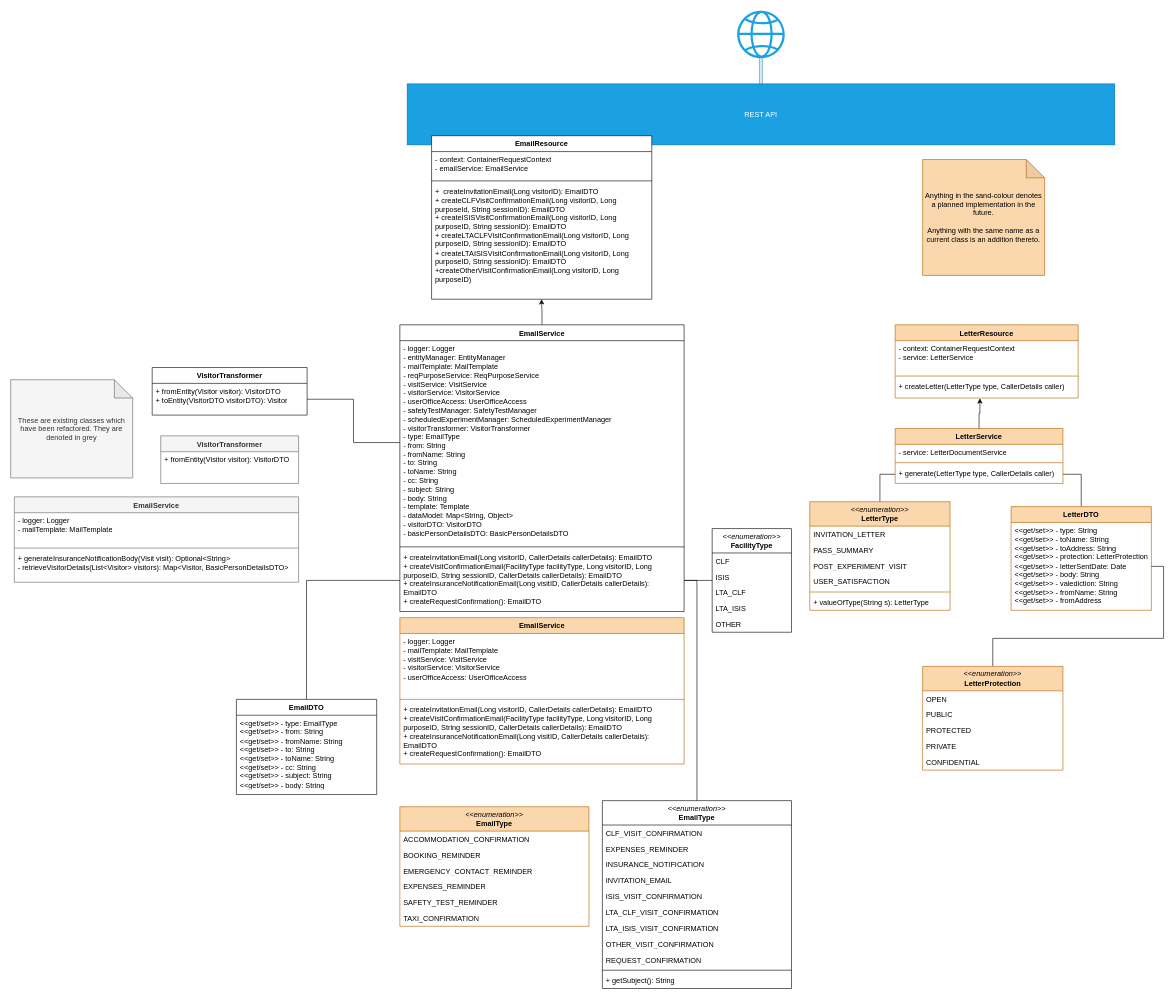
Above: Document generation class diagram.drawio in ambolt314/FinalProjectDesign (draw.io), before the change. Source tidied: cells renumbered, new cells numbered last; positions are measured from the earlier drawing's top-left corner, leaving out a move shared by most shapes. Both pictures are drawn from the tidied source at 61%, with x=0, y=0 at pixel (10, 10).
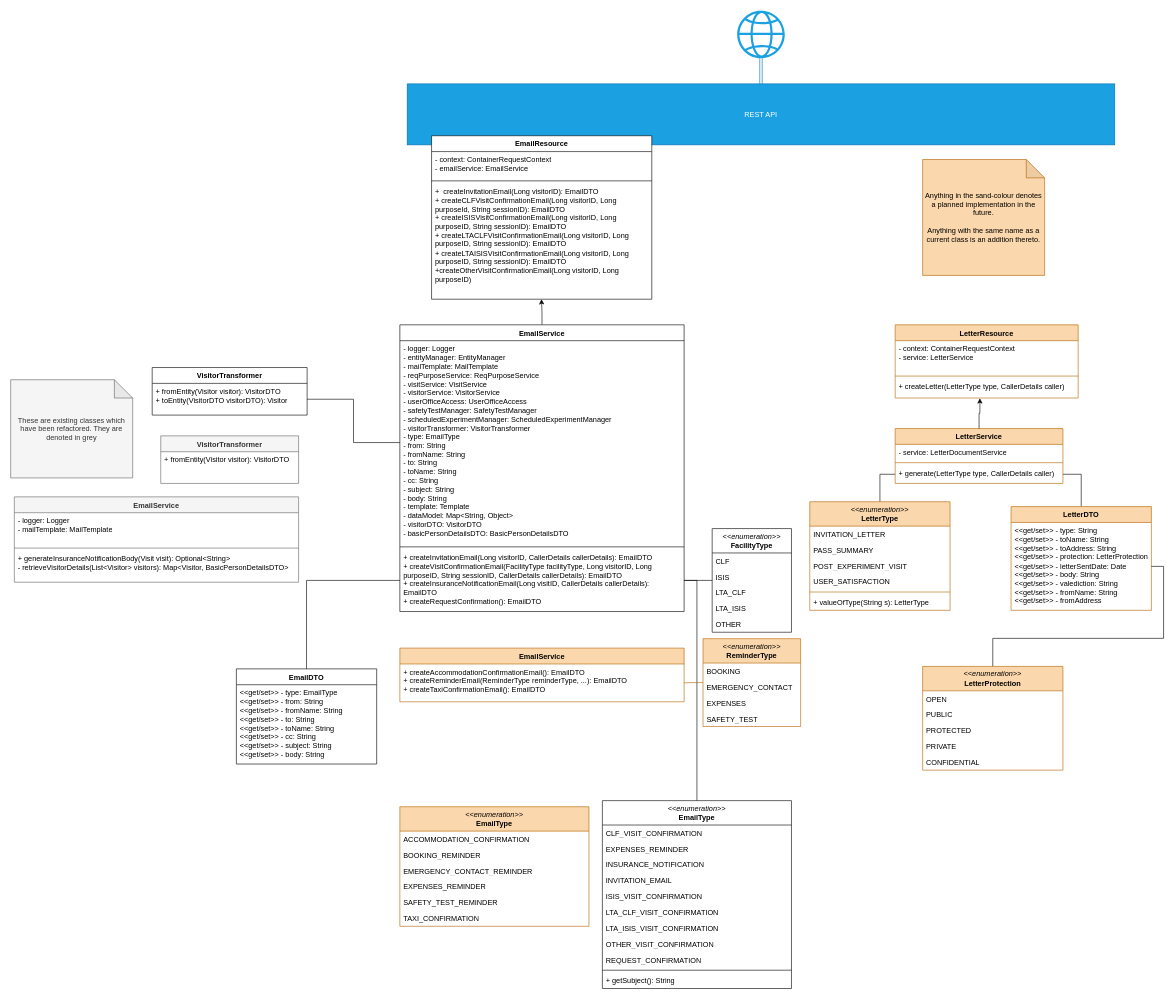
The same page after the edit.

Change to the diagram source:
```diff
@@
     <mxCell id="7" value="EmailDTO" style="swimlane;fontStyle=1;align=center;verticalAlign=top;horizontal=1;startSize=26;whiteSpace=wrap;html=1;" parent="1" vertex="1">
-      <mxGeometry x="370" y="1129" width="230" height="156" as="geometry" />
+      <mxGeometry x="370" y="1079" width="230" height="156" as="geometry" />
     </mxCell>
@@
     <mxCell id="77" value="EmailService" style="swimlane;fontStyle=1;align=center;verticalAlign=top;horizontal=1;startSize=26;whiteSpace=wrap;html=1;fillColor=#fad7ac;strokeColor=#b46504;" parent="1" vertex="1">
-      <mxGeometry x="638" y="995" width="466" height="240" as="geometry" />
+      <mxGeometry x="638" y="1045" width="466" height="88" as="geometry" />
     </mxCell>
-    <mxCell id="78" value="&lt;div&gt;- logger: Logger&lt;/div&gt;&lt;div&gt;- mailTemplate: MailTemplate&lt;br&gt;&lt;/div&gt;&lt;div&gt;- visitService: VisitService&lt;/div&gt;&lt;div&gt;- visitorService: VisitorService&lt;br&gt;&lt;/div&gt;&lt;div&gt;- userOfficeAccess: UserOfficeAccess&lt;br&gt;&lt;/div&gt;" style="text;strokeColor=none;fillColor=none;align=left;verticalAlign=top;spacingLeft=4;spacingRight=4;overflow=hidden;whiteSpace=wrap;html=1;" parent="77" vertex="1">
-      <mxGeometry y="26" width="466" height="104" as="geometry" />
-    </mxCell>
-    <mxCell id="79" style="line;strokeWidth=1;fillColor=none;align=left;verticalAlign=middle;spacingTop=-1;spacingLeft=3;spacingRight=3;labelPosition=right;strokeColor=inherit;" parent="77" vertex="1">
-      <mxGeometry y="130" width="466" height="8" as="geometry" />
-    </mxCell>
-    <mxCell id="80" value="&lt;div&gt;+ createInvitationEmail(Long visitorID, CallerDetails callerDetails): EmailDTO&lt;/div&gt;&lt;div&gt;+ createVisitConfirmationEmail(FacilityType facilityType, Long visitorID, Long purposeID, String sessionID, CallerDetails callerDetails): EmailDTO&lt;/div&gt;&lt;div&gt;+ createInsuranceNotificationEmail(Long visitID, CallerDetails callerDetails): EmailDTO&lt;/div&gt;&lt;div&gt;+ createRequestConfirmation(): EmailDTO&lt;/div&gt;" style="text;strokeColor=none;fillColor=none;align=left;verticalAlign=top;spacingLeft=4;spacingRight=4;overflow=hidden;points=[[0,0.5],[1,0.5]];portConstraint=eastwest;whiteSpace=wrap;html=1;" parent="77" vertex="1">
-      <mxGeometry y="138" width="466" height="102" as="geometry" />
+    <mxCell id="80" value="&lt;div&gt;+ createAccommodationConfirmationEmail(): EmailDTO&lt;/div&gt;&lt;div&gt;+ createReminderEmail(ReminderType reminderType, ...): EmailDTO&lt;/div&gt;&lt;div&gt;+ createTaxiConfirmationEmail(): EmailDTO&lt;/div&gt;" style="text;strokeColor=none;fillColor=none;align=left;verticalAlign=top;spacingLeft=4;spacingRight=4;overflow=hidden;points=[[0,0.5],[1,0.5]];portConstraint=eastwest;whiteSpace=wrap;html=1;" parent="77" vertex="1">
+      <mxGeometry y="26" width="466" height="62" as="geometry" />
     </mxCell>
@@
+    <mxCell id="86" style="edgeStyle=orthogonalEdgeStyle;rounded=0;jettySize=auto;html=1;entryX=1;entryY=0.5;entryDx=0;entryDy=0;fillColor=#fad7ac;strokeColor=#b46504;endArrow=none;endFill=0;" parent="1" edge="1" source="87" target="80">
+      <mxGeometry relative="1" as="geometry" />
+    </mxCell>
+    <mxCell id="87" value="&lt;div&gt;&lt;i&gt;&amp;lt;&amp;lt;enumeration&amp;gt;&amp;gt;&lt;/i&gt;&lt;/div&gt;&lt;div&gt;&lt;b&gt;ReminderType&lt;/b&gt;&lt;/div&gt;" style="swimlane;fontStyle=0;horizontal=1;startSize=40;fillColor=#fad7ac;whiteSpace=wrap;html=1;strokeColor=#b46504;" parent="1" vertex="1">
+      <mxGeometry x="1135" y="1029.5" width="160" height="144" as="geometry" />
+    </mxCell>
+    <mxCell id="88" value="BOOKING" style="text;strokeColor=none;fillColor=none;align=left;verticalAlign=top;spacingLeft=4;spacingRight=4;overflow=hidden;whiteSpace=wrap;html=1;" parent="87" vertex="1">
+      <mxGeometry y="40" width="160" height="26" as="geometry" />
+    </mxCell>
+    <mxCell id="89" value="EMERGENCY_CONTACT" style="text;strokeColor=none;fillColor=none;align=left;verticalAlign=top;spacingLeft=4;spacingRight=4;overflow=hidden;whiteSpace=wrap;html=1;" parent="87" vertex="1">
+      <mxGeometry y="66" width="160" height="26" as="geometry" />
+    </mxCell>
+    <mxCell id="90" value="EXPENSES" style="text;strokeColor=none;fillColor=none;align=left;verticalAlign=top;spacingLeft=4;spacingRight=4;overflow=hidden;whiteSpace=wrap;html=1;" parent="87" vertex="1">
+      <mxGeometry y="92" width="160" height="26" as="geometry" />
+    </mxCell>
+    <mxCell id="91" value="SAFETY_TEST" style="text;strokeColor=none;fillColor=none;align=left;verticalAlign=top;spacingLeft=4;spacingRight=4;overflow=hidden;whiteSpace=wrap;html=1;" parent="87" vertex="1">
+      <mxGeometry y="118" width="160" height="26" as="geometry" />
+    </mxCell>
```
